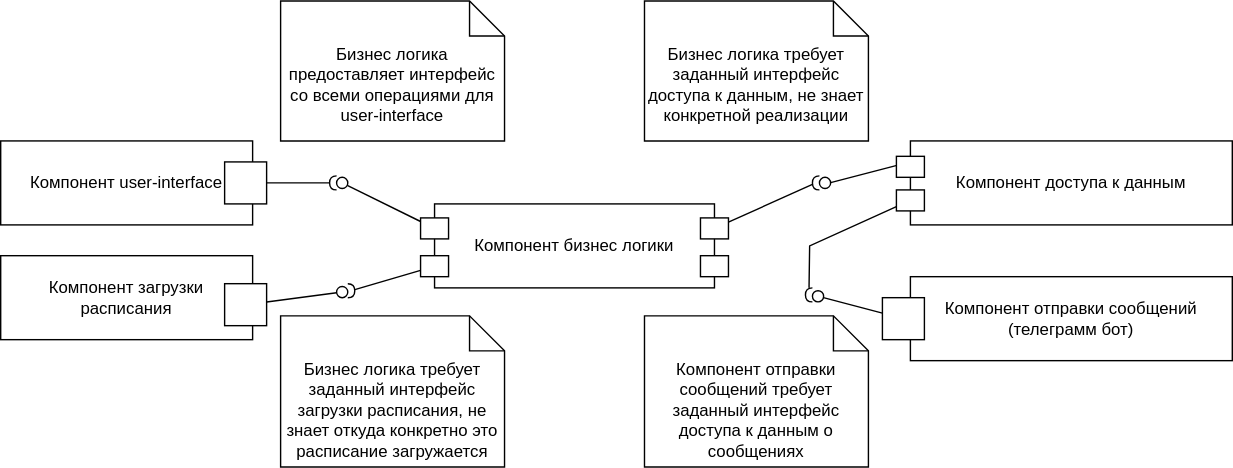
Before: docs/Components.svg, a diagram exported from draw.io (iuschnic/PPO_BD_CW). Source tidied: cells renumbered, new cells last; positions are measured from the earlier drawing's top-left corner, leaving out a move shared by most shapes. Its diagram source:
```xml
<mxGraphModel>
  <root>
    <mxCell id="0" />
    <mxCell id="1" parent="0" />
    <mxCell id="2" value="Компонент бизнес логики" style="html=1;align=center;verticalAlign=middle;dashed=0;whiteSpace=wrap;" parent="1" vertex="1">
      <mxGeometry x="310" y="145" width="200" height="60" as="geometry" />
    </mxCell>
    <mxCell id="3" style="html=1;rounded=0;" parent="1" vertex="1">
      <mxGeometry x="500" y="155" width="20" height="15" as="geometry" />
    </mxCell>
    <mxCell id="4" style="endArrow=none;html=1;rounded=0;align=center;verticalAlign=top;endFill=0;labelBackgroundColor=none;endSize=2;" parent="1" edge="1" source="3" target="5">
      <mxGeometry relative="1" as="geometry" />
    </mxCell>
    <mxCell id="5" style="shape=requiredInterface;html=1;fontSize=11;align=center;fillColor=none;points=[];verticalAlign=bottom;labelPosition=center;verticalLabelPosition=top;flipH=1;" parent="1" vertex="1">
      <mxGeometry x="580" y="125" width="5" height="10" as="geometry" />
    </mxCell>
    <mxCell id="6" value="Компонент user-interface" style="html=1;align=center;verticalAlign=middle;dashed=0;whiteSpace=wrap;" parent="1" vertex="1">
      <mxGeometry y="100" width="180" height="60" as="geometry" />
    </mxCell>
    <mxCell id="7" style="html=1;rounded=0;" parent="1" vertex="1">
      <mxGeometry x="160" y="115" width="30" height="30" as="geometry" />
    </mxCell>
    <mxCell id="8" style="endArrow=none;html=1;rounded=0;align=center;verticalAlign=top;endFill=0;labelBackgroundColor=none;endSize=2;" parent="1" edge="1" source="7" target="9">
      <mxGeometry relative="1" as="geometry" />
    </mxCell>
    <mxCell id="9" style="shape=requiredInterface;html=1;fontSize=11;align=center;fillColor=none;points=[];verticalAlign=bottom;labelPosition=center;verticalLabelPosition=top;flipH=1;" parent="1" vertex="1">
      <mxGeometry x="235" y="125" width="5" height="10" as="geometry" />
    </mxCell>
    <mxCell id="10" style="html=1;rounded=0;flipH=1;" parent="1" vertex="1">
      <mxGeometry x="300" y="155" width="20" height="15" as="geometry" />
    </mxCell>
    <mxCell id="11" style="endArrow=none;html=1;rounded=0;align=center;verticalAlign=top;endFill=0;labelBackgroundColor=none;endSize=2;" parent="1" edge="1" source="10" target="12">
      <mxGeometry relative="1" as="geometry" />
    </mxCell>
    <mxCell id="12" style="ellipse;html=1;fontSize=11;align=center;fillColor=none;points=[];verticalAlign=bottom;labelPosition=center;verticalLabelPosition=top;flipH=1;" parent="1" vertex="1">
      <mxGeometry x="240" y="126" width="8" height="8" as="geometry" />
    </mxCell>
    <mxCell id="13" value="Бизнес логика предоставляет интерфейс со всеми операциями для user-interface" style="shape=note2;boundedLbl=1;whiteSpace=wrap;html=1;size=25;verticalAlign=top;align=center;" parent="1" vertex="1">
      <mxGeometry x="200" width="160" height="100" as="geometry" />
    </mxCell>
    <mxCell id="14" value="Компонент доступа к данным" style="html=1;align=center;verticalAlign=middle;dashed=0;whiteSpace=wrap;" parent="1" vertex="1">
      <mxGeometry x="650" y="100" width="230" height="60" as="geometry" />
    </mxCell>
    <mxCell id="15" style="endArrow=none;html=1;rounded=0;align=center;verticalAlign=top;endFill=0;labelBackgroundColor=none;endSize=2;" parent="1" edge="1">
      <mxGeometry relative="1" as="geometry">
        <mxPoint x="650" y="115" as="sourcePoint" />
        <mxPoint x="593" y="129.8" as="targetPoint" />
      </mxGeometry>
    </mxCell>
    <mxCell id="16" style="ellipse;html=1;fontSize=11;align=center;fillColor=none;verticalAlign=bottom;labelPosition=center;verticalLabelPosition=top;flipH=1;" parent="1" vertex="1">
      <mxGeometry x="585" y="126" width="8" height="8" as="geometry" />
    </mxCell>
    <mxCell id="17" value="Бизнес логика требует заданный интерфейс доступа к данным, не знает конкретной реализации" style="shape=note2;boundedLbl=1;whiteSpace=wrap;html=1;size=25;verticalAlign=top;align=center;" parent="1" vertex="1">
      <mxGeometry x="460" width="160" height="100" as="geometry" />
    </mxCell>
    <mxCell id="18" value="Компонент отправки сообщений (телеграмм бот)" style="html=1;align=center;verticalAlign=middle;dashed=0;whiteSpace=wrap;" parent="1" vertex="1">
      <mxGeometry x="650" y="197" width="230" height="60" as="geometry" />
    </mxCell>
    <mxCell id="19" style="html=1;rounded=0;" parent="1" vertex="1">
      <mxGeometry x="630" y="212" width="30" height="30" as="geometry" />
    </mxCell>
    <mxCell id="20" style="endArrow=none;html=1;rounded=0;align=center;verticalAlign=top;endFill=0;labelBackgroundColor=none;endSize=2;" parent="1" edge="1" source="19" target="21">
      <mxGeometry relative="1" as="geometry" />
    </mxCell>
    <mxCell id="21" style="ellipse;html=1;fontSize=11;align=center;fillColor=none;points=[];verticalAlign=bottom;labelPosition=center;verticalLabelPosition=top;flipH=1;" parent="1" vertex="1">
      <mxGeometry x="580" y="207" width="8" height="8" as="geometry" />
    </mxCell>
    <mxCell id="22" style="html=1;rounded=0;" parent="1" vertex="1">
      <mxGeometry x="500" y="182" width="20" height="15" as="geometry" />
    </mxCell>
    <mxCell id="23" style="endArrow=none;html=1;rounded=0;align=center;verticalAlign=top;endFill=0;labelBackgroundColor=none;endSize=2;" parent="1" edge="1" source="34" target="24">
      <mxGeometry relative="1" as="geometry">
        <Array as="points">
          <mxPoint x="578" y="175" />
        </Array>
      </mxGeometry>
    </mxCell>
    <mxCell id="24" style="shape=requiredInterface;html=1;fontSize=11;align=center;fillColor=none;points=[];verticalAlign=bottom;labelPosition=center;verticalLabelPosition=top;flipH=1;" parent="1" vertex="1">
      <mxGeometry x="575" y="205" width="5" height="10" as="geometry" />
    </mxCell>
    <mxCell id="25" value="Бизнес логика требует заданный интерфейс загрузки расписания, не знает откуда конкретно это расписание загружается" style="shape=note2;boundedLbl=1;whiteSpace=wrap;html=1;size=25;verticalAlign=top;align=center;" parent="1" vertex="1">
      <mxGeometry x="200" y="225" width="160" height="108" as="geometry" />
    </mxCell>
    <mxCell id="26" value="Компонент загрузки расписания" style="html=1;align=center;verticalAlign=middle;dashed=0;whiteSpace=wrap;" parent="1" vertex="1">
      <mxGeometry y="182" width="180" height="60" as="geometry" />
    </mxCell>
    <mxCell id="27" style="html=1;rounded=0;flipH=0;flipV=1;" parent="1" vertex="1">
      <mxGeometry x="300" y="182" width="20" height="15" as="geometry" />
    </mxCell>
    <mxCell id="28" style="endArrow=none;html=1;rounded=0;align=center;verticalAlign=top;endFill=0;labelBackgroundColor=none;endSize=2;" parent="1" edge="1" source="27" target="29">
      <mxGeometry relative="1" as="geometry" />
    </mxCell>
    <mxCell id="29" style="shape=requiredInterface;html=1;fontSize=11;align=center;fillColor=none;points=[];verticalAlign=bottom;labelPosition=center;verticalLabelPosition=top;flipH=0;flipV=1;" parent="1" vertex="1">
      <mxGeometry x="248" y="202" width="5" height="10" as="geometry" />
    </mxCell>
    <mxCell id="30" style="html=1;rounded=0;flipH=1;" parent="1" vertex="1">
      <mxGeometry x="160" y="202" width="30" height="30" as="geometry" />
    </mxCell>
    <mxCell id="31" style="endArrow=none;html=1;rounded=0;align=center;verticalAlign=top;endFill=0;labelBackgroundColor=none;endSize=2;" parent="1" edge="1" source="30" target="32">
      <mxGeometry relative="1" as="geometry" />
    </mxCell>
    <mxCell id="32" style="ellipse;html=1;fontSize=11;align=center;fillColor=none;points=[];verticalAlign=bottom;labelPosition=center;verticalLabelPosition=top;flipH=1;" parent="1" vertex="1">
      <mxGeometry x="240" y="204" width="8" height="8" as="geometry" />
    </mxCell>
    <mxCell id="33" style="html=1;rounded=0;" parent="1" vertex="1">
      <mxGeometry x="640" y="111" width="20" height="15" as="geometry" />
    </mxCell>
    <mxCell id="34" style="html=1;rounded=0;" parent="1" vertex="1">
      <mxGeometry x="640" y="135" width="20" height="15" as="geometry" />
    </mxCell>
    <mxCell id="35" value="Компонент отправки сообщений требует заданный интерфейс доступа к данным о сообщениях" style="shape=note2;boundedLbl=1;whiteSpace=wrap;html=1;size=25;verticalAlign=top;align=center;" parent="1" vertex="1">
      <mxGeometry x="460" y="225" width="160" height="108" as="geometry" />
    </mxCell>
  </root>
</mxGraphModel>
```
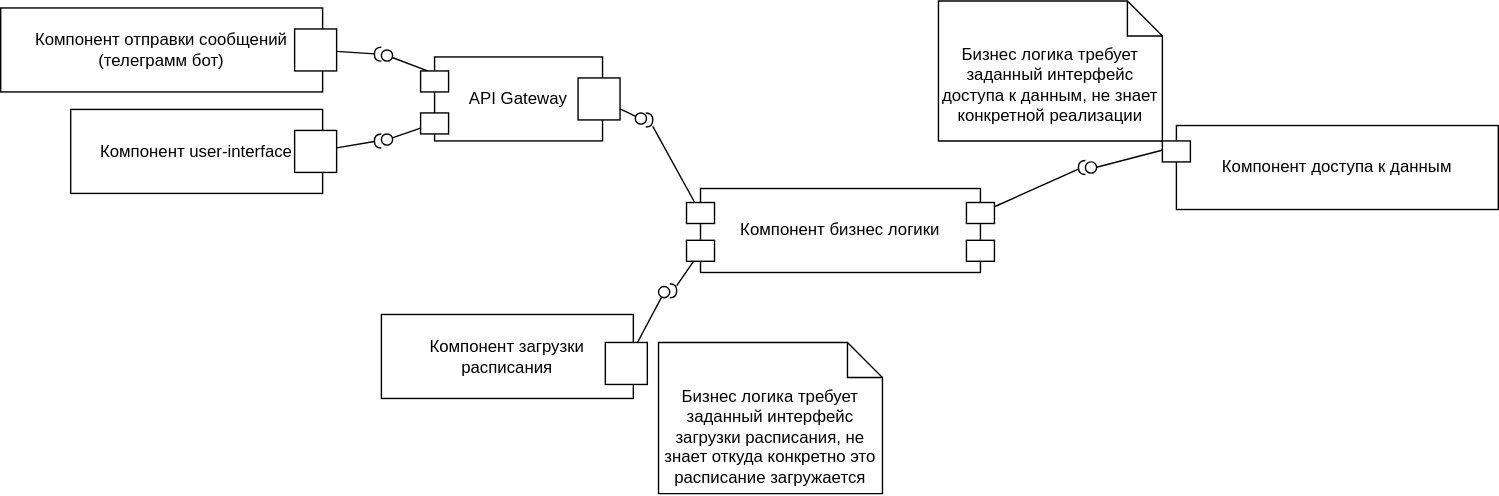
After the change.

Commit message:
.gitignore for secrets + component diagram

What changed in the source:
```diff
@@ -15,29 +15,26 @@
       <mxGeometry x="580" y="125" width="5" height="10" as="geometry" />
     </mxCell>
     <mxCell id="6" value="Компонент user-interface" style="html=1;align=center;verticalAlign=middle;dashed=0;whiteSpace=wrap;" parent="1" vertex="1">
-      <mxGeometry y="100" width="180" height="60" as="geometry" />
+      <mxGeometry x="-140" y="88.5" width="180" height="60" as="geometry" />
     </mxCell>
     <mxCell id="7" style="html=1;rounded=0;" parent="1" vertex="1">
-      <mxGeometry x="160" y="115" width="30" height="30" as="geometry" />
+      <mxGeometry x="20" y="103.5" width="30" height="30" as="geometry" />
     </mxCell>
     <mxCell id="8" style="endArrow=none;html=1;rounded=0;align=center;verticalAlign=top;endFill=0;labelBackgroundColor=none;endSize=2;" parent="1" edge="1" source="7" target="9">
       <mxGeometry relative="1" as="geometry" />
     </mxCell>
     <mxCell id="9" style="shape=requiredInterface;html=1;fontSize=11;align=center;fillColor=none;points=[];verticalAlign=bottom;labelPosition=center;verticalLabelPosition=top;flipH=1;" parent="1" vertex="1">
-      <mxGeometry x="235" y="125" width="5" height="10" as="geometry" />
+      <mxGeometry x="77" y="106" width="5" height="10" as="geometry" />
     </mxCell>
     <mxCell id="10" style="html=1;rounded=0;flipH=1;" parent="1" vertex="1">
       <mxGeometry x="300" y="155" width="20" height="15" as="geometry" />
     </mxCell>
-    <mxCell id="11" style="endArrow=none;html=1;rounded=0;align=center;verticalAlign=top;endFill=0;labelBackgroundColor=none;endSize=2;" parent="1" edge="1" source="10" target="12">
+    <mxCell id="11" style="endArrow=none;html=1;rounded=0;align=center;verticalAlign=top;endFill=0;labelBackgroundColor=none;endSize=2;" parent="1" edge="1" source="38" target="12">
       <mxGeometry relative="1" as="geometry" />
     </mxCell>
     <mxCell id="12" style="ellipse;html=1;fontSize=11;align=center;fillColor=none;points=[];verticalAlign=bottom;labelPosition=center;verticalLabelPosition=top;flipH=1;" parent="1" vertex="1">
-      <mxGeometry x="240" y="126" width="8" height="8" as="geometry" />
+      <mxGeometry x="82" y="106" width="8" height="8" as="geometry" />
     </mxCell>
-    <mxCell id="13" value="Бизнес логика предоставляет интерфейс со всеми операциями для user-interface" style="shape=note2;boundedLbl=1;whiteSpace=wrap;html=1;size=25;verticalAlign=top;align=center;" parent="1" vertex="1">
-      <mxGeometry x="200" width="160" height="100" as="geometry" />
-    </mxCell>
     <mxCell id="14" value="Компонент доступа к данным" style="html=1;align=center;verticalAlign=middle;dashed=0;whiteSpace=wrap;" parent="1" vertex="1">
       <mxGeometry x="650" y="100" width="230" height="60" as="geometry" />
     </mxCell>
@@ -51,65 +48,84 @@
       <mxGeometry x="585" y="126" width="8" height="8" as="geometry" />
     </mxCell>
     <mxCell id="17" value="Бизнес логика требует заданный интерфейс доступа к данным, не знает конкретной реализации" style="shape=note2;boundedLbl=1;whiteSpace=wrap;html=1;size=25;verticalAlign=top;align=center;" parent="1" vertex="1">
-      <mxGeometry x="460" width="160" height="100" as="geometry" />
+      <mxGeometry x="480" y="11" width="160" height="100" as="geometry" />
     </mxCell>
-    <mxCell id="18" value="Компонент отправки сообщений (телеграмм бот)" style="html=1;align=center;verticalAlign=middle;dashed=0;whiteSpace=wrap;" parent="1" vertex="1">
-      <mxGeometry x="650" y="197" width="230" height="60" as="geometry" />
-    </mxCell>
-    <mxCell id="19" style="html=1;rounded=0;" parent="1" vertex="1">
-      <mxGeometry x="630" y="212" width="30" height="30" as="geometry" />
-    </mxCell>
-    <mxCell id="20" style="endArrow=none;html=1;rounded=0;align=center;verticalAlign=top;endFill=0;labelBackgroundColor=none;endSize=2;" parent="1" edge="1" source="19" target="21">
-      <mxGeometry relative="1" as="geometry" />
-    </mxCell>
-    <mxCell id="21" style="ellipse;html=1;fontSize=11;align=center;fillColor=none;points=[];verticalAlign=bottom;labelPosition=center;verticalLabelPosition=top;flipH=1;" parent="1" vertex="1">
-      <mxGeometry x="580" y="207" width="8" height="8" as="geometry" />
-    </mxCell>
     <mxCell id="22" style="html=1;rounded=0;" parent="1" vertex="1">
       <mxGeometry x="500" y="182" width="20" height="15" as="geometry" />
     </mxCell>
-    <mxCell id="23" style="endArrow=none;html=1;rounded=0;align=center;verticalAlign=top;endFill=0;labelBackgroundColor=none;endSize=2;" parent="1" edge="1" source="34" target="24">
-      <mxGeometry relative="1" as="geometry">
-        <Array as="points">
-          <mxPoint x="578" y="175" />
-        </Array>
-      </mxGeometry>
-    </mxCell>
-    <mxCell id="24" style="shape=requiredInterface;html=1;fontSize=11;align=center;fillColor=none;points=[];verticalAlign=bottom;labelPosition=center;verticalLabelPosition=top;flipH=1;" parent="1" vertex="1">
-      <mxGeometry x="575" y="205" width="5" height="10" as="geometry" />
-    </mxCell>
     <mxCell id="25" value="Бизнес логика требует заданный интерфейс загрузки расписания, не знает откуда конкретно это расписание загружается" style="shape=note2;boundedLbl=1;whiteSpace=wrap;html=1;size=25;verticalAlign=top;align=center;" parent="1" vertex="1">
-      <mxGeometry x="200" y="225" width="160" height="108" as="geometry" />
+      <mxGeometry x="280" y="255" width="160" height="108" as="geometry" />
     </mxCell>
     <mxCell id="26" value="Компонент загрузки расписания" style="html=1;align=center;verticalAlign=middle;dashed=0;whiteSpace=wrap;" parent="1" vertex="1">
-      <mxGeometry y="182" width="180" height="60" as="geometry" />
+      <mxGeometry x="82" y="235" width="180" height="60" as="geometry" />
     </mxCell>
     <mxCell id="27" style="html=1;rounded=0;flipH=0;flipV=1;" parent="1" vertex="1">
       <mxGeometry x="300" y="182" width="20" height="15" as="geometry" />
     </mxCell>
-    <mxCell id="28" style="endArrow=none;html=1;rounded=0;align=center;verticalAlign=top;endFill=0;labelBackgroundColor=none;endSize=2;" parent="1" edge="1" source="27" target="29">
+    <mxCell id="28" style="endArrow=none;html=1;rounded=0;align=center;verticalAlign=top;endFill=0;labelBackgroundColor=none;endSize=2;exitX=0.25;exitY=1;exitDx=0;exitDy=0;" parent="1" edge="1" source="27" target="29">
       <mxGeometry relative="1" as="geometry" />
     </mxCell>
     <mxCell id="29" style="shape=requiredInterface;html=1;fontSize=11;align=center;fillColor=none;points=[];verticalAlign=bottom;labelPosition=center;verticalLabelPosition=top;flipH=0;flipV=1;" parent="1" vertex="1">
-      <mxGeometry x="248" y="202" width="5" height="10" as="geometry" />
+      <mxGeometry x="288" y="213" width="5" height="10" as="geometry" />
     </mxCell>
     <mxCell id="30" style="html=1;rounded=0;flipH=1;" parent="1" vertex="1">
-      <mxGeometry x="160" y="202" width="30" height="30" as="geometry" />
+      <mxGeometry x="242" y="255" width="30" height="30" as="geometry" />
     </mxCell>
     <mxCell id="31" style="endArrow=none;html=1;rounded=0;align=center;verticalAlign=top;endFill=0;labelBackgroundColor=none;endSize=2;" parent="1" edge="1" source="30" target="32">
       <mxGeometry relative="1" as="geometry" />
     </mxCell>
     <mxCell id="32" style="ellipse;html=1;fontSize=11;align=center;fillColor=none;points=[];verticalAlign=bottom;labelPosition=center;verticalLabelPosition=top;flipH=1;" parent="1" vertex="1">
-      <mxGeometry x="240" y="204" width="8" height="8" as="geometry" />
+      <mxGeometry x="280" y="215" width="8" height="8" as="geometry" />
     </mxCell>
     <mxCell id="33" style="html=1;rounded=0;" parent="1" vertex="1">
       <mxGeometry x="640" y="111" width="20" height="15" as="geometry" />
     </mxCell>
-    <mxCell id="34" style="html=1;rounded=0;" parent="1" vertex="1">
-      <mxGeometry x="640" y="135" width="20" height="15" as="geometry" />
-    </mxCell>
-    <mxCell id="35" value="Компонент отправки сообщений требует заданный интерфейс доступа к данным о сообщениях" style="shape=note2;boundedLbl=1;whiteSpace=wrap;html=1;size=25;verticalAlign=top;align=center;" parent="1" vertex="1">
-      <mxGeometry x="460" y="225" width="160" height="108" as="geometry" />
-    </mxCell>
+    <mxCell id="36" value="API Gateway" style="html=1;align=center;verticalAlign=middle;dashed=0;whiteSpace=wrap;" parent="1" vertex="1">
+      <mxGeometry x="120" y="51" width="120" height="60" as="geometry" />
+    </mxCell>
+    <mxCell id="37" style="html=1;rounded=0;flipH=1;" parent="1" vertex="1">
+      <mxGeometry x="110" y="61" width="20" height="15" as="geometry" />
+    </mxCell>
+    <mxCell id="38" style="html=1;rounded=0;flipH=1;" parent="1" vertex="1">
+      <mxGeometry x="110" y="91" width="20" height="15" as="geometry" />
+    </mxCell>
+    <mxCell id="39" style="html=1;rounded=0;flipH=1;" parent="1" vertex="1">
+      <mxGeometry x="222.5" y="66" width="30" height="30" as="geometry" />
+    </mxCell>
+    <mxCell id="40" style="endArrow=none;html=1;rounded=0;align=center;verticalAlign=top;endFill=0;labelBackgroundColor=none;endSize=2;" parent="1" edge="1" source="10" target="41">
+      <mxGeometry relative="1" as="geometry" />
+    </mxCell>
+    <mxCell id="41" style="shape=requiredInterface;html=1;fontSize=11;align=center;fillColor=none;points=[];verticalAlign=bottom;labelPosition=center;verticalLabelPosition=top;flipH=0;flipV=1;" parent="1" vertex="1">
+      <mxGeometry x="270.9" y="91" width="5" height="10" as="geometry" />
+    </mxCell>
+    <mxCell id="42" style="endArrow=none;html=1;rounded=0;align=center;verticalAlign=top;endFill=0;labelBackgroundColor=none;endSize=2;" parent="1" edge="1" source="44">
+      <mxGeometry relative="1" as="geometry">
+        <mxPoint x="263.4" y="93.3" as="targetPoint" />
+      </mxGeometry>
+    </mxCell>
+    <mxCell id="18" value="Компонент отправки сообщений (телеграмм бот)" style="html=1;align=center;verticalAlign=middle;dashed=0;whiteSpace=wrap;" parent="1" vertex="1">
+      <mxGeometry x="-190" y="16" width="230" height="60" as="geometry" />
+    </mxCell>
+    <mxCell id="43" style="endArrow=none;html=1;rounded=0;align=center;verticalAlign=top;endFill=0;labelBackgroundColor=none;endSize=2;" parent="1" edge="1" source="39" target="44">
+      <mxGeometry relative="1" as="geometry" />
+    </mxCell>
+    <mxCell id="44" style="ellipse;html=1;fontSize=11;align=center;fillColor=none;points=[];verticalAlign=bottom;labelPosition=center;verticalLabelPosition=top;flipH=1;" parent="1" vertex="1">
+      <mxGeometry x="263.4" y="91" width="8" height="8" as="geometry" />
+    </mxCell>
+    <mxCell id="45" style="html=1;rounded=0;" parent="1" vertex="1">
+      <mxGeometry x="20" y="31" width="30" height="30" as="geometry" />
+    </mxCell>
+    <mxCell id="46" style="endArrow=none;html=1;rounded=0;align=center;verticalAlign=top;endFill=0;labelBackgroundColor=none;endSize=2;" parent="1" edge="1" source="45" target="47">
+      <mxGeometry relative="1" as="geometry" />
+    </mxCell>
+    <mxCell id="47" style="shape=requiredInterface;html=1;fontSize=11;align=center;fillColor=none;points=[];verticalAlign=bottom;labelPosition=center;verticalLabelPosition=top;flipH=1;" parent="1" vertex="1">
+      <mxGeometry x="77" y="44" width="5" height="10" as="geometry" />
+    </mxCell>
+    <mxCell id="48" style="endArrow=none;html=1;rounded=0;align=center;verticalAlign=top;endFill=0;labelBackgroundColor=none;endSize=2;exitX=0.25;exitY=0;exitDx=0;exitDy=0;" parent="1" edge="1" source="37" target="49">
+      <mxGeometry relative="1" as="geometry" />
+    </mxCell>
+    <mxCell id="49" style="ellipse;html=1;fontSize=11;align=center;fillColor=none;points=[];verticalAlign=bottom;labelPosition=center;verticalLabelPosition=top;flipH=1;" parent="1" vertex="1">
+      <mxGeometry x="82" y="46" width="8" height="8" as="geometry" />
+    </mxCell>
   </root>
 </mxGraphModel>
```
